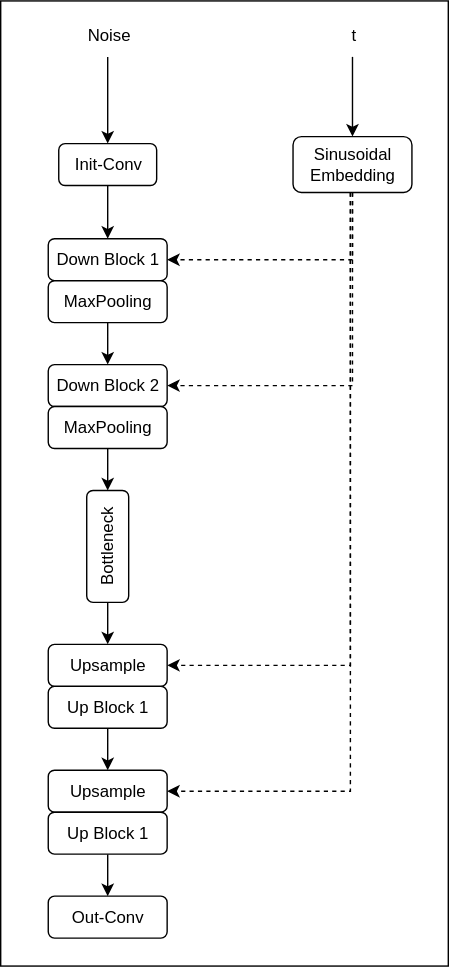
The draw.io diagram docs/models/cnn-denoiser/schema.svg in MarcoKl99/DiffusionLab, before a commit. Source tidied: cells renumbered, new cells last; positions are measured from the earlier drawing's top-left corner, leaving out a move shared by most shapes.
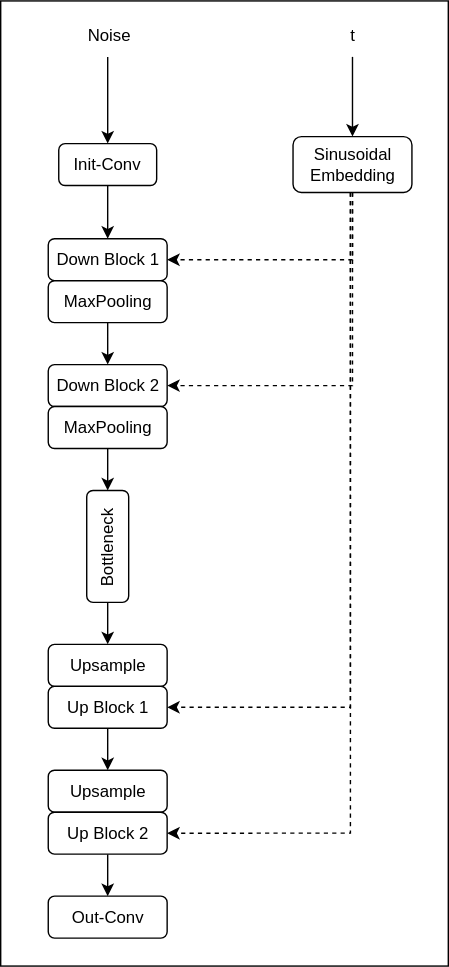
After the change.

Commit message:
docs: Add CNNDenoiserLarge schema, fix CNNDenoiser schema up block enumeration + connections from time embedding

Diff of the diagram source:
```diff
@@ -37,20 +37,20 @@
         </Array>
       </mxGeometry>
     </mxCell>
-    <mxCell id="11" style="edgeStyle=orthogonalEdgeStyle;rounded=0;jettySize=auto;html=1;entryX=1;entryY=0.5;entryDx=0;entryDy=0;dashed=1;" parent="1" edge="1" source="13" target="29">
-      <mxGeometry relative="1" as="geometry">
-        <Array as="points">
-          <mxPoint x="250" y="475" />
-        </Array>
-      </mxGeometry>
-    </mxCell>
-    <mxCell id="12" style="edgeStyle=orthogonalEdgeStyle;rounded=0;jettySize=auto;html=1;entryX=1;entryY=0.5;entryDx=0;entryDy=0;dashed=1;" parent="1" edge="1" source="13" target="31">
-      <mxGeometry relative="1" as="geometry">
-        <Array as="points">
-          <mxPoint x="250" y="565" />
-        </Array>
-      </mxGeometry>
-    </mxCell>
+    <mxCell id="33" style="edgeStyle=orthogonalEdgeStyle;rounded=0;jettySize=auto;html=1;entryX=1;entryY=0.5;entryDx=0;entryDy=0;dashed=1;" parent="1" edge="1" source="13" target="28">
+      <mxGeometry relative="1" as="geometry">
+        <Array as="points">
+          <mxPoint x="250" y="505" />
+        </Array>
+      </mxGeometry>
+    </mxCell>
+    <mxCell id="34" style="edgeStyle=orthogonalEdgeStyle;rounded=0;jettySize=auto;html=1;entryX=1;entryY=0.5;entryDx=0;entryDy=0;dashed=1;" parent="1" edge="1" source="13" target="32">
+      <mxGeometry relative="1" as="geometry">
+        <Array as="points">
+          <mxPoint x="250" y="595" />
+        </Array>
+      </mxGeometry>
+    </mxCell>
     <mxCell id="13" value="Sinusoidal&lt;div&gt;Embedding&lt;/div&gt;" style="rounded=1;whiteSpace=wrap;html=1;" parent="1" vertex="1">
       <mxGeometry x="209" y="97" width="85" height="40" as="geometry" />
     </mxCell>
@@ -108,7 +108,7 @@
     <mxCell id="31" value="Upsample" style="rounded=1;whiteSpace=wrap;html=1;" parent="30" vertex="1">
       <mxGeometry width="85" height="30" as="geometry" />
     </mxCell>
-    <mxCell id="32" value="Up Block 1" style="rounded=1;whiteSpace=wrap;html=1;" parent="30" vertex="1">
+    <mxCell id="32" value="Up Block 2" style="rounded=1;whiteSpace=wrap;html=1;" parent="30" vertex="1">
       <mxGeometry y="30" width="85" height="30" as="geometry" />
     </mxCell>
   </root>
```
